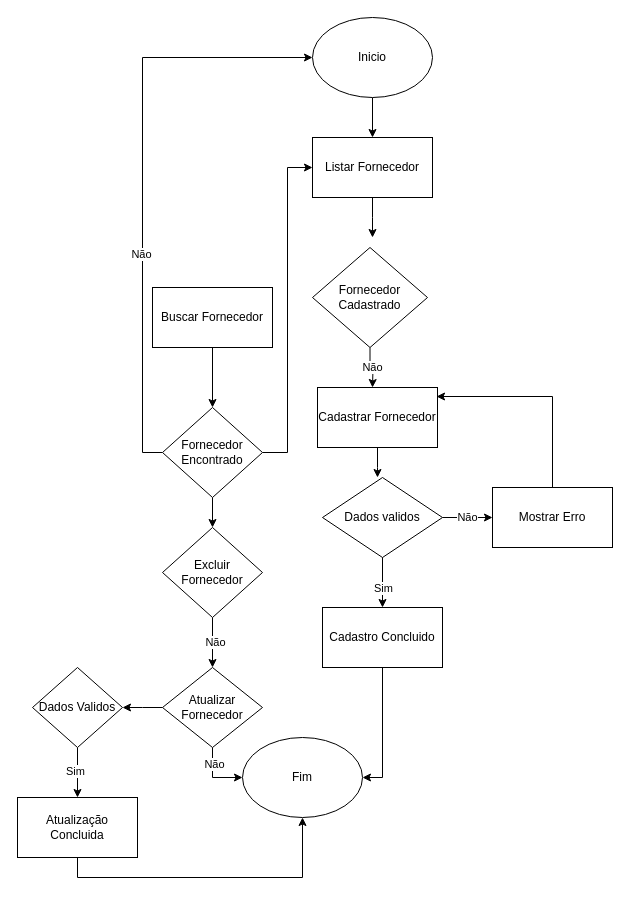
pati573022/avatarapp keeps this draw.io diagram as page "Página-2" (2 of 10) of doc/fluxograma.drawio. Above is the earlier version. Source tidied: cells renumbered, new cells numbered last; positions are measured from the earlier drawing's top-left corner, leaving out a move shared by most shapes. Both pictures are drawn from the tidied source at 100%, with x=0, y=0 at pixel (17, 17).
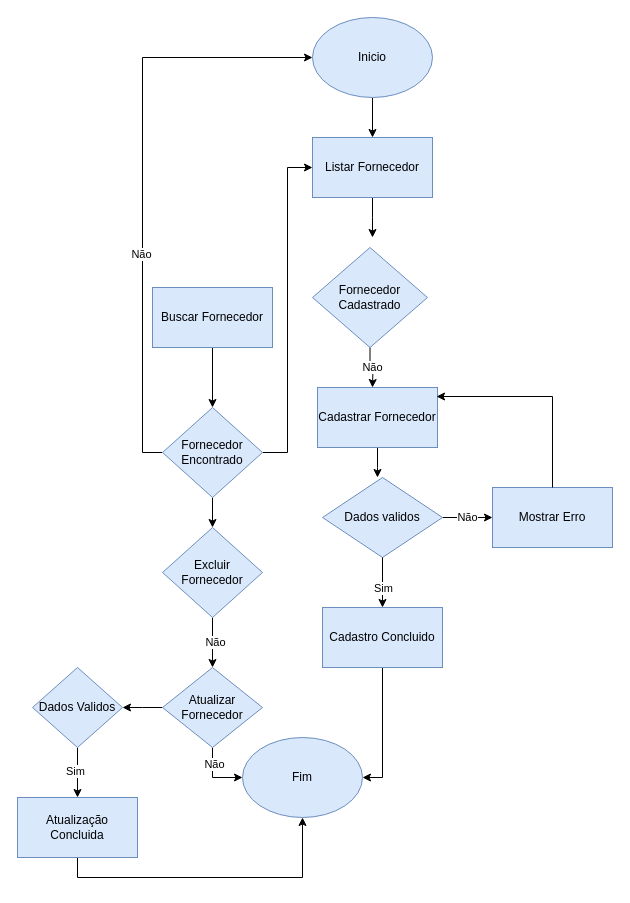
The same diagram, later.

Change to the diagram source:
```diff
@@
-    <mxCell id="3" value="Inicio" style="ellipse;whiteSpace=wrap;html=1;" parent="1" vertex="1">
+    <mxCell id="3" value="Inicio" style="ellipse;whiteSpace=wrap;html=1;fillColor=#dae8fc;strokeColor=#6c8ebf;" parent="1" vertex="1">
       <mxGeometry x="295" width="120" height="80" as="geometry" />
     </mxCell>
@@
-    <mxCell id="5" value="Listar Fornecedor" style="rounded=0;whiteSpace=wrap;html=1;" parent="1" vertex="1">
+    <mxCell id="5" value="Listar Fornecedor" style="rounded=0;whiteSpace=wrap;html=1;fillColor=#dae8fc;strokeColor=#6c8ebf;" parent="1" vertex="1">
       <mxGeometry x="295" y="120" width="120" height="60" as="geometry" />
     </mxCell>
@@
-    <mxCell id="7" value="Fornecedor Cadastrado" style="rhombus;whiteSpace=wrap;html=1;" parent="1" vertex="1">
+    <mxCell id="7" value="Fornecedor Cadastrado" style="rhombus;whiteSpace=wrap;html=1;fillColor=#dae8fc;strokeColor=#6c8ebf;" parent="1" vertex="1">
       <mxGeometry x="295" y="230" width="115" height="100" as="geometry" />
     </mxCell>
@@
-    <mxCell id="9" value="Cadastrar Fornecedor" style="rounded=0;whiteSpace=wrap;html=1;" parent="1" vertex="1">
+    <mxCell id="9" value="Cadastrar Fornecedor" style="rounded=0;whiteSpace=wrap;html=1;fillColor=#dae8fc;strokeColor=#6c8ebf;" parent="1" vertex="1">
       <mxGeometry x="300" y="370" width="120" height="60" as="geometry" />
     </mxCell>
@@
-    <mxCell id="11" value="Dados validos" style="rhombus;whiteSpace=wrap;html=1;" parent="1" vertex="1">
+    <mxCell id="11" value="Dados validos" style="rhombus;whiteSpace=wrap;html=1;fillColor=#dae8fc;strokeColor=#6c8ebf;" parent="1" vertex="1">
       <mxGeometry x="305" y="460" width="120" height="80" as="geometry" />
     </mxCell>
-    <mxCell id="12" value="Mostrar Erro" style="rounded=0;whiteSpace=wrap;html=1;" parent="1" vertex="1">
+    <mxCell id="12" value="Mostrar Erro" style="rounded=0;whiteSpace=wrap;html=1;fillColor=#dae8fc;strokeColor=#6c8ebf;" parent="1" vertex="1">
       <mxGeometry x="475" y="470" width="120" height="60" as="geometry" />
     </mxCell>
@@
-    <mxCell id="17" value="Cadastro Concluido" style="rounded=0;whiteSpace=wrap;html=1;" parent="1" vertex="1">
+    <mxCell id="17" value="Cadastro Concluido" style="rounded=0;whiteSpace=wrap;html=1;fillColor=#dae8fc;strokeColor=#6c8ebf;" parent="1" vertex="1">
       <mxGeometry x="305" y="590" width="120" height="60" as="geometry" />
     </mxCell>
@@
-    <mxCell id="19" value="Buscar Fornecedor" style="rounded=0;whiteSpace=wrap;html=1;" parent="1" vertex="1">
+    <mxCell id="19" value="Buscar Fornecedor" style="rounded=0;whiteSpace=wrap;html=1;fillColor=#dae8fc;strokeColor=#6c8ebf;" parent="1" vertex="1">
       <mxGeometry x="135" y="270" width="120" height="60" as="geometry" />
     </mxCell>
@@
-    <mxCell id="24" value="Fornecedor Encontrado" style="rhombus;whiteSpace=wrap;html=1;" parent="1" vertex="1">
+    <mxCell id="24" value="Fornecedor Encontrado" style="rhombus;whiteSpace=wrap;html=1;fillColor=#dae8fc;strokeColor=#6c8ebf;" parent="1" vertex="1">
       <mxGeometry x="145" y="390" width="100" height="90" as="geometry" />
     </mxCell>
@@
-    <mxCell id="27" value="Excluir Fornecedor" style="rhombus;whiteSpace=wrap;html=1;" parent="1" vertex="1">
+    <mxCell id="27" value="Excluir Fornecedor" style="rhombus;whiteSpace=wrap;html=1;fillColor=#dae8fc;strokeColor=#6c8ebf;" parent="1" vertex="1">
       <mxGeometry x="145" y="510" width="100" height="90" as="geometry" />
     </mxCell>
@@
-    <mxCell id="31" value="Atualizar Fornecedor" style="rhombus;whiteSpace=wrap;html=1;" parent="1" vertex="1">
+    <mxCell id="31" value="Atualizar Fornecedor" style="rhombus;whiteSpace=wrap;html=1;fillColor=#dae8fc;strokeColor=#6c8ebf;" parent="1" vertex="1">
       <mxGeometry x="145" y="650" width="100" height="80" as="geometry" />
     </mxCell>
-    <mxCell id="32" value="Fim" style="ellipse;whiteSpace=wrap;html=1;" parent="1" vertex="1">
+    <mxCell id="32" value="Fim" style="ellipse;whiteSpace=wrap;html=1;fillColor=#dae8fc;strokeColor=#6c8ebf;" parent="1" vertex="1">
       <mxGeometry x="225" y="720" width="120" height="80" as="geometry" />
     </mxCell>
@@
-    <mxCell id="34" value="Atualização Concluida" style="rounded=0;whiteSpace=wrap;html=1;" parent="1" vertex="1">
+    <mxCell id="34" value="Atualização Concluida" style="rounded=0;whiteSpace=wrap;html=1;fillColor=#dae8fc;strokeColor=#6c8ebf;" parent="1" vertex="1">
       <mxGeometry y="780" width="120" height="60" as="geometry" />
     </mxCell>
@@
-    <mxCell id="37" value="Dados Validos" style="rhombus;whiteSpace=wrap;html=1;" parent="1" vertex="1">
+    <mxCell id="37" value="Dados Validos" style="rhombus;whiteSpace=wrap;html=1;fillColor=#dae8fc;strokeColor=#6c8ebf;" parent="1" vertex="1">
       <mxGeometry x="15" y="650" width="90" height="80" as="geometry" />
     </mxCell>
```
